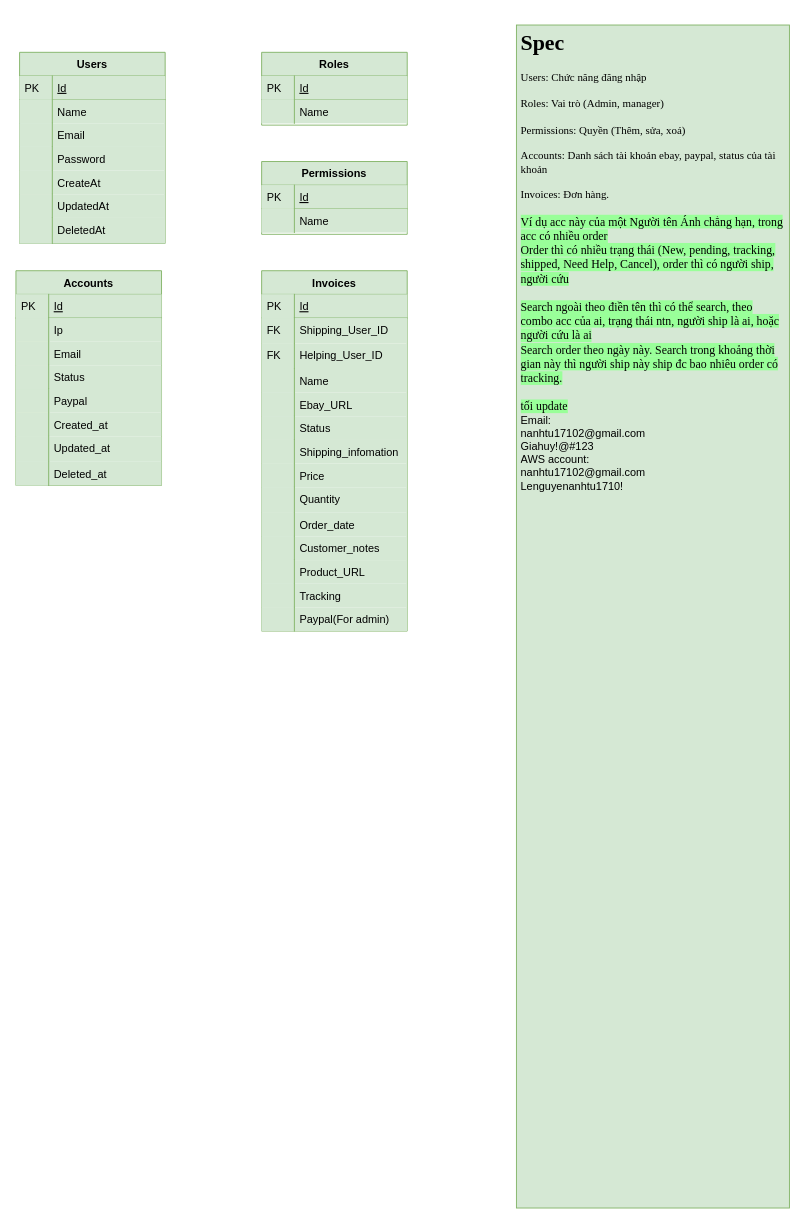
The draw.io diagram Search Tool.drawio in long-trd/dst.order.manager, before the edit. Source tidied: cells renumbered, new cells numbered last; positions are measured from the earlier drawing's top-left corner, leaving out a move shared by most shapes. Both pictures are drawn from the tidied source at 91%, with x=0, y=0 at pixel (15, 25).
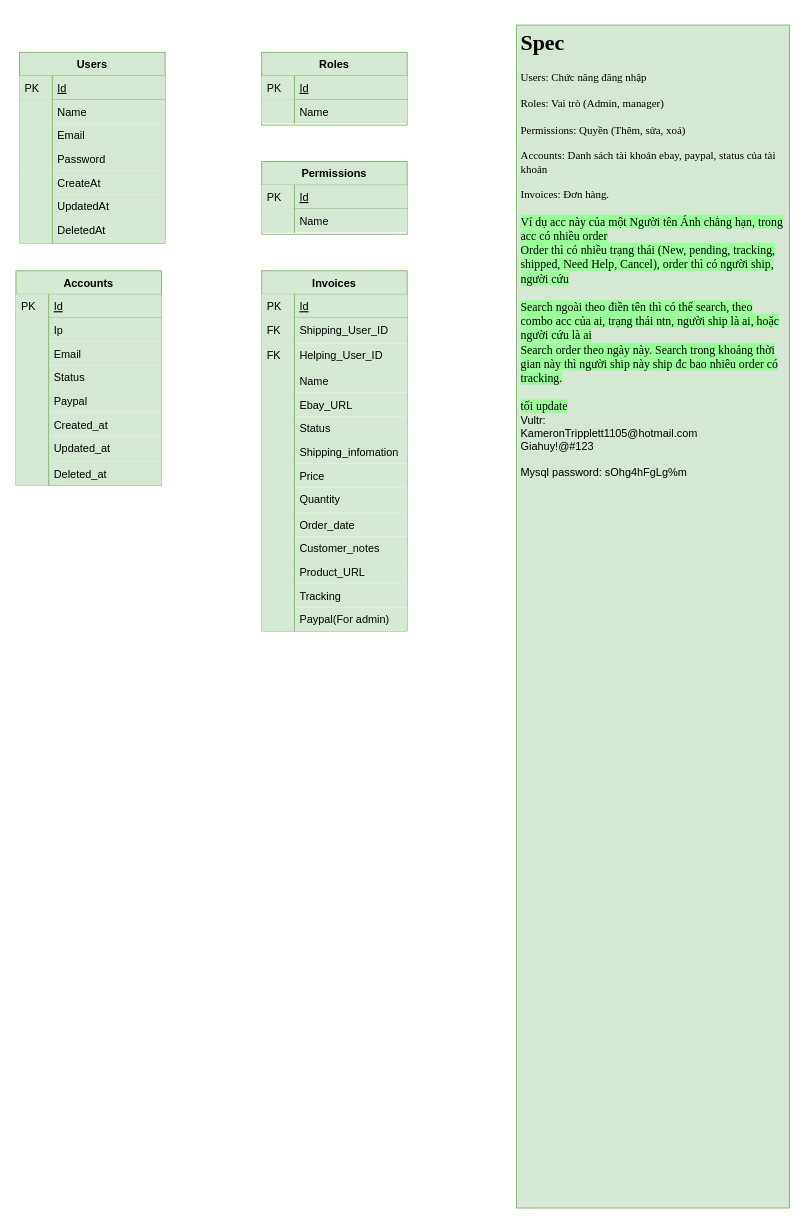
The same page after the edit.

The edit, as a diff of the source:
```diff
@@
-    <mxCell id="22" value="&lt;h1&gt;&lt;font face=&quot;Times New Roman&quot;&gt;Spec&lt;/font&gt;&lt;/h1&gt;&lt;div&gt;&lt;font face=&quot;Times New Roman&quot;&gt;Users: Chức năng đăng nhập&lt;br&gt;&lt;br&gt;Roles: Vai trò (Admin, manager)&lt;br&gt;&lt;br&gt;&lt;/font&gt;&lt;/div&gt;&lt;div&gt;&lt;font face=&quot;Times New Roman&quot;&gt;Permissions: Quyền (Thêm, sửa, xoá)&lt;br&gt;&lt;br&gt;Accounts: Danh sách tài khoản ebay, paypal, status của tài khoản&lt;br&gt;&lt;br&gt;Invoices: Đơn hàng.&lt;br&gt;&lt;br&gt;&lt;span style=&quot;font-size: 13px ; text-align: center ; background-color: rgb(153 , 255 , 153)&quot;&gt;Ví dụ acc này của một Người tên Ánh chẳng hạn, trong acc có nhiều order&lt;br&gt;Order thì có nhiều trạng thái (New, pending, tracking, shipped, Need Help, Cancel), order thì có người ship, người cứu&lt;br&gt;&lt;br&gt;Search ngoài theo điền tên thì có thể search, theo combo acc của ai, trạng thái ntn, người ship là ai, hoặc người cứu là ai&lt;br&gt;Search order theo ngày này. Search trong khoảng thời gian này thì người ship này ship đc bao nhiêu order có tracking.&lt;br&gt;&lt;br&gt;tối update&lt;br&gt;&lt;/span&gt;&lt;/font&gt;Email:&lt;br&gt;nanhtu17102@gmail.com&lt;br&gt;Giahuy!@#123&lt;br&gt;AWS account:&lt;br&gt;nanhtu17102@gmail.com&lt;br&gt;Lenguyenanhtu1710!&lt;br&gt;&lt;/div&gt;" style="text;html=1;strokeColor=#82b366;fillColor=#d5e8d4;spacing=5;spacingTop=-20;whiteSpace=wrap;overflow=hidden;rounded=0;" parent="1" vertex="1">
+    <mxCell id="22" value="&lt;h1&gt;&lt;font face=&quot;Times New Roman&quot;&gt;Spec&lt;/font&gt;&lt;/h1&gt;&lt;div&gt;&lt;font face=&quot;Times New Roman&quot;&gt;Users: Chức năng đăng nhập&lt;br&gt;&lt;br&gt;Roles: Vai trò (Admin, manager)&lt;br&gt;&lt;br&gt;&lt;/font&gt;&lt;/div&gt;&lt;div&gt;&lt;font face=&quot;Times New Roman&quot;&gt;Permissions: Quyền (Thêm, sửa, xoá)&lt;br&gt;&lt;br&gt;Accounts: Danh sách tài khoản ebay, paypal, status của tài khoản&lt;br&gt;&lt;br&gt;Invoices: Đơn hàng.&lt;br&gt;&lt;br&gt;&lt;span style=&quot;font-size: 13px ; text-align: center ; background-color: rgb(153 , 255 , 153)&quot;&gt;Ví dụ acc này của một Người tên Ánh chẳng hạn, trong acc có nhiều order&lt;br&gt;Order thì có nhiều trạng thái (New, pending, tracking, shipped, Need Help, Cancel), order thì có người ship, người cứu&lt;br&gt;&lt;br&gt;Search ngoài theo điền tên thì có thể search, theo combo acc của ai, trạng thái ntn, người ship là ai, hoặc người cứu là ai&lt;br&gt;Search order theo ngày này. Search trong khoảng thời gian này thì người ship này ship đc bao nhiêu order có tracking.&lt;br&gt;&lt;br&gt;tối update&lt;br&gt;&lt;/span&gt;&lt;/font&gt;Vultr:&lt;br&gt;KameronTripplett1105@hotmail.com&lt;br&gt;Giahuy!@#123&lt;br&gt;&lt;/div&gt;&lt;div&gt;&lt;br&gt;Mysql password:&amp;nbsp;sOhg4hFgLg%m&lt;/div&gt;" style="text;html=1;strokeColor=#82b366;fillColor=#d5e8d4;spacing=5;spacingTop=-20;whiteSpace=wrap;overflow=hidden;rounded=0;" parent="1" vertex="1">
       <mxGeometry x="550" width="300" height="1300" as="geometry" />
     </mxCell>
```
